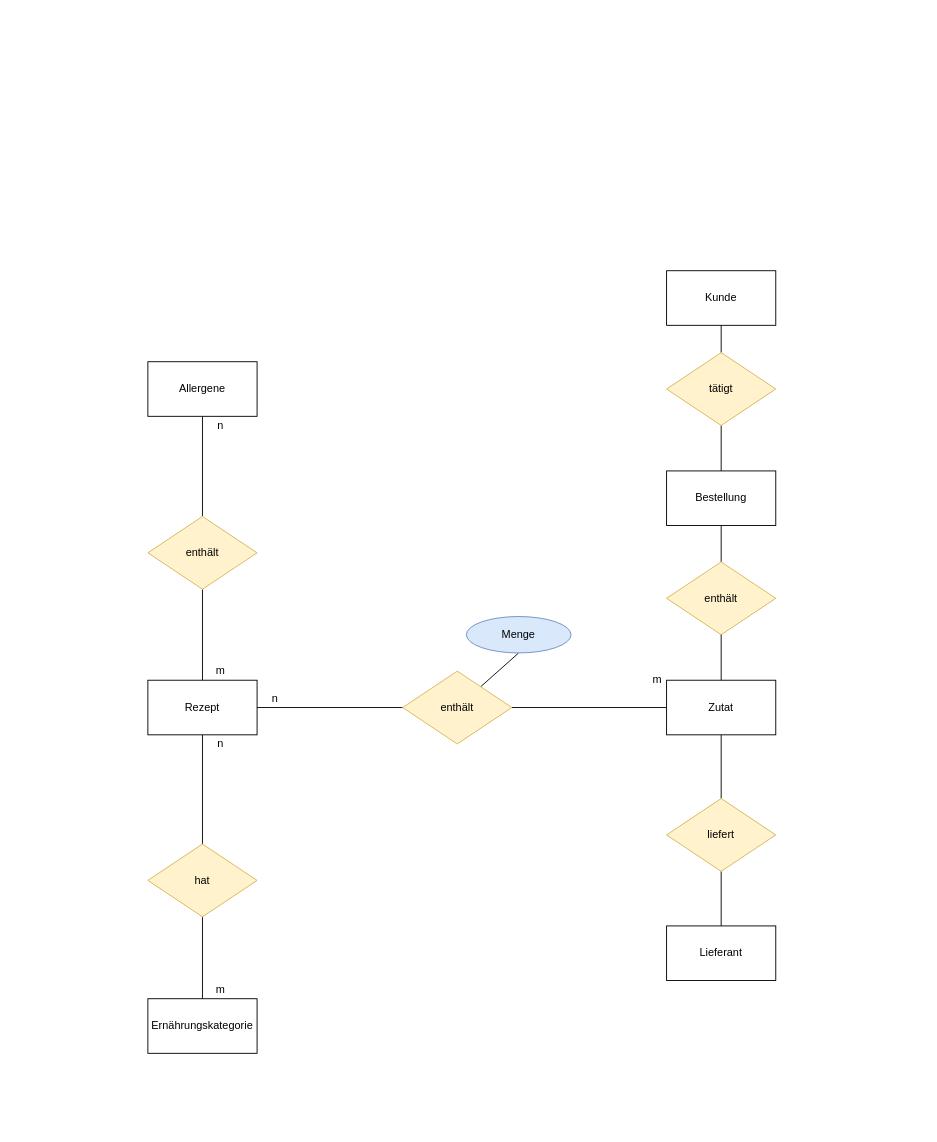
The draw.io diagram ERD.drawio in ToddxD/Kraut-und-Rueben, before the edit. Source tidied: cells renumbered, new cells numbered last; positions are measured from the earlier drawing's top-left corner, leaving out a move shared by most shapes. Both pictures are drawn from the tidied source at 91%, with x=0, y=0 at pixel (147, 270).
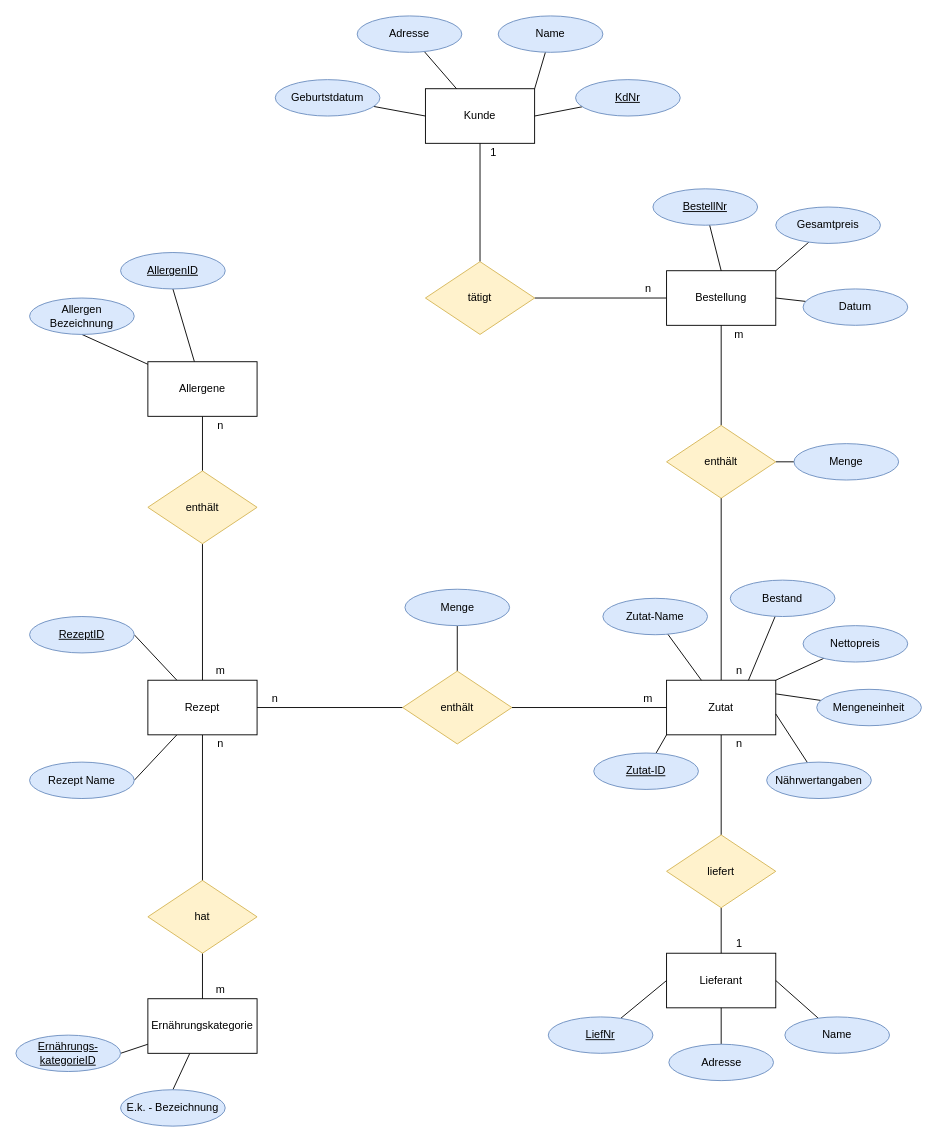
Above is the later version.

Commit message:
aktueller ERD Stand

Unchanged cells that the change refers to:
```xml
<mxCell id="4" value="Rezept" style="rounded=0;whiteSpace=wrap;html=1;" parent="1" vertex="1">
  <mxGeometry y="450" width="120" height="60" as="geometry" />
</mxCell>
<mxCell id="8" value="Ernährungskategorie" style="rounded=0;whiteSpace=wrap;html=1;" parent="1" vertex="1">
  <mxGeometry y="800" width="120" height="60" as="geometry" />
</mxCell>
<mxCell id="10" value="&lt;div&gt;Allergene&lt;/div&gt;" style="rounded=0;whiteSpace=wrap;html=1;" parent="1" vertex="1">
  <mxGeometry y="100" width="120" height="60" as="geometry" />
</mxCell>
<mxCell id="29" value="&lt;div&gt;Zutat&lt;/div&gt;" style="rounded=0;whiteSpace=wrap;html=1;" parent="1" vertex="1">
  <mxGeometry x="570" y="450" width="120" height="60" as="geometry" />
</mxCell>
```

What changed in the source:
```diff
@@
+    <mxCell id="35" style="edgeStyle=none;rounded=0;jettySize=auto;html=1;entryX=1;entryY=0.5;entryDx=0;entryDy=0;endArrow=none;endFill=0;" parent="1" edge="1" source="4" target="86">
+      <mxGeometry relative="1" as="geometry" />
+    </mxCell>
+    <mxCell id="36" style="edgeStyle=none;rounded=0;jettySize=auto;html=1;entryX=1;entryY=0.5;entryDx=0;entryDy=0;endArrow=none;endFill=0;" parent="1" edge="1" source="4" target="87">
+      <mxGeometry relative="1" as="geometry" />
+    </mxCell>
@@
     <mxCell id="5" value="Lieferant" style="rounded=0;whiteSpace=wrap;html=1;" parent="1" vertex="1">
-      <mxGeometry x="570" y="720" width="120" height="60" as="geometry" />
+      <mxGeometry x="570" y="750" width="120" height="60" as="geometry" />
     </mxCell>
     <mxCell id="6" value="Kunde" style="rounded=0;whiteSpace=wrap;html=1;" parent="1" vertex="1">
-      <mxGeometry x="570" width="120" height="60" as="geometry" />
+      <mxGeometry x="305" y="-200" width="120" height="60" as="geometry" />
     </mxCell>
+    <mxCell id="37" style="edgeStyle=none;rounded=0;jettySize=auto;html=1;entryX=1;entryY=0.5;entryDx=0;entryDy=0;endArrow=none;endFill=0;" parent="1" edge="1" source="7" target="32">
+      <mxGeometry relative="1" as="geometry" />
+    </mxCell>
     <mxCell id="7" value="Bestellung" style="rounded=0;whiteSpace=wrap;html=1;" parent="1" vertex="1">
-      <mxGeometry x="570" y="220" width="120" height="60" as="geometry" />
+      <mxGeometry x="570" width="120" height="60" as="geometry" />
     </mxCell>
+    <mxCell id="38" style="edgeStyle=none;rounded=0;jettySize=auto;html=1;entryX=1;entryY=0.5;entryDx=0;entryDy=0;endArrow=none;endFill=0;" parent="1" edge="1" source="8" target="84">
+      <mxGeometry relative="1" as="geometry" />
+    </mxCell>
+    <mxCell id="39" style="edgeStyle=none;rounded=0;jettySize=auto;html=1;entryX=0.5;entryY=0;entryDx=0;entryDy=0;endArrow=none;endFill=0;" parent="1" edge="1" source="8" target="85">
+      <mxGeometry relative="1" as="geometry" />
+    </mxCell>
@@
+    <mxCell id="40" style="edgeStyle=none;rounded=0;jettySize=auto;html=1;entryX=0.5;entryY=1;entryDx=0;entryDy=0;endArrow=none;endFill=0;" parent="1" edge="1" source="10" target="83">
+      <mxGeometry relative="1" as="geometry" />
+    </mxCell>
+    <mxCell id="41" style="edgeStyle=none;rounded=0;jettySize=auto;html=1;entryX=0.5;entryY=1;entryDx=0;entryDy=0;endArrow=none;endFill=0;" parent="1" edge="1" source="10" target="82">
+      <mxGeometry relative="1" as="geometry" />
+    </mxCell>
@@
     <mxCell id="15" value="enthält" style="rhombus;whiteSpace=wrap;html=1;fillColor=#fff2cc;strokeColor=#d6b656;" parent="1" vertex="1">
-      <mxGeometry y="270" width="120" height="80" as="geometry" />
+      <mxGeometry y="220" width="120" height="80" as="geometry" />
     </mxCell>
@@
     <mxCell id="17" value="hat" style="rhombus;whiteSpace=wrap;html=1;fillColor=#fff2cc;strokeColor=#d6b656;" parent="1" vertex="1">
-      <mxGeometry y="630" width="120" height="80" as="geometry" />
+      <mxGeometry y="670" width="120" height="80" as="geometry" />
     </mxCell>
@@
     <mxCell id="22" value="Menge" style="ellipse;whiteSpace=wrap;html=1;fillColor=#dae8fc;strokeColor=#6c8ebf;" parent="1" vertex="1">
-      <mxGeometry x="350" y="380" width="115" height="40" as="geometry" />
+      <mxGeometry x="282.5" y="350" width="115" height="40" as="geometry" />
     </mxCell>
@@
     <mxCell id="25" value="&lt;div&gt;liefert&lt;/div&gt;" style="rhombus;whiteSpace=wrap;html=1;fillColor=#fff2cc;strokeColor=#d6b656;" parent="1" vertex="1">
-      <mxGeometry x="570" y="580" width="120" height="80" as="geometry" />
+      <mxGeometry x="570" y="620" width="120" height="80" as="geometry" />
     </mxCell>
@@
+    <mxCell id="42" style="edgeStyle=none;rounded=0;jettySize=auto;html=1;endArrow=none;endFill=0;" parent="1" edge="1" source="27" target="63">
+      <mxGeometry relative="1" as="geometry" />
+    </mxCell>
     <mxCell id="27" value="enthält" style="rhombus;whiteSpace=wrap;html=1;fillColor=#fff2cc;strokeColor=#d6b656;" parent="1" vertex="1">
-      <mxGeometry x="570" y="320" width="120" height="80" as="geometry" />
+      <mxGeometry x="570" y="170" width="120" height="80" as="geometry" />
     </mxCell>
@@
-    <mxCell id="30" style="edgeStyle=none;rounded=0;jettySize=auto;html=1;entryX=0.5;entryY=0;entryDx=0;entryDy=0;endArrow=none;endFill=0;" parent="1" edge="1" source="32" target="7">
-      <mxGeometry relative="1" as="geometry" />
-    </mxCell>
@@
     <mxCell id="32" value="tätigt" style="rhombus;whiteSpace=wrap;html=1;fillColor=#fff2cc;strokeColor=#d6b656;" parent="1" vertex="1">
-      <mxGeometry x="570" y="90" width="120" height="80" as="geometry" />
+      <mxGeometry x="305" y="-10" width="120" height="80" as="geometry" />
     </mxCell>
@@
     <mxCell id="34" value="m" style="text;html=1;strokeColor=none;fillColor=none;align=center;verticalAlign=middle;whiteSpace=wrap;rounded=0;" parent="1" vertex="1">
-      <mxGeometry x="540" y="440" width="40" height="20" as="geometry" />
+      <mxGeometry x="530" y="460" width="40" height="20" as="geometry" />
     </mxCell>
+    <mxCell id="43" style="edgeStyle=none;rounded=0;jettySize=auto;html=1;entryX=0;entryY=0.5;entryDx=0;entryDy=0;endArrow=none;endFill=0;" parent="1" edge="1" source="44" target="5">
+      <mxGeometry relative="1" as="geometry" />
+    </mxCell>
+    <mxCell id="44" value="&lt;u&gt;LiefNr&lt;/u&gt;" style="ellipse;whiteSpace=wrap;html=1;fillColor=#dae8fc;strokeColor=#6c8ebf;" parent="1" vertex="1">
+      <mxGeometry x="440" y="820" width="115" height="40" as="geometry" />
+    </mxCell>
+    <mxCell id="45" style="edgeStyle=none;rounded=0;jettySize=auto;html=1;endArrow=none;endFill=0;" parent="1" edge="1" source="46" target="5">
+      <mxGeometry relative="1" as="geometry" />
+    </mxCell>
+    <mxCell id="46" value="Adresse" style="ellipse;whiteSpace=wrap;html=1;fillColor=#dae8fc;strokeColor=#6c8ebf;" parent="1" vertex="1">
+      <mxGeometry x="572.5" y="850" width="115" height="40" as="geometry" />
+    </mxCell>
+    <mxCell id="47" style="edgeStyle=none;rounded=0;jettySize=auto;html=1;entryX=1;entryY=0.5;entryDx=0;entryDy=0;endArrow=none;endFill=0;" parent="1" edge="1" source="48" target="5">
+      <mxGeometry relative="1" as="geometry" />
+    </mxCell>
+    <mxCell id="48" value="Name" style="ellipse;whiteSpace=wrap;html=1;fillColor=#dae8fc;strokeColor=#6c8ebf;" parent="1" vertex="1">
+      <mxGeometry x="700" y="820" width="115" height="40" as="geometry" />
+    </mxCell>
+    <mxCell id="49" value="n" style="text;html=1;strokeColor=none;fillColor=none;align=center;verticalAlign=middle;whiteSpace=wrap;rounded=0;" parent="1" vertex="1">
+      <mxGeometry x="630" y="510" width="40" height="20" as="geometry" />
+    </mxCell>
+    <mxCell id="50" value="1" style="text;html=1;strokeColor=none;fillColor=none;align=center;verticalAlign=middle;whiteSpace=wrap;rounded=0;" parent="1" vertex="1">
+      <mxGeometry x="630" y="730" width="40" height="20" as="geometry" />
+    </mxCell>
+    <mxCell id="51" style="edgeStyle=none;rounded=0;jettySize=auto;html=1;entryX=1;entryY=0.25;entryDx=0;entryDy=0;endArrow=none;endFill=0;" parent="1" edge="1" source="52" target="29">
+      <mxGeometry relative="1" as="geometry" />
+    </mxCell>
+    <mxCell id="52" value="Mengeneinheit" style="ellipse;whiteSpace=wrap;html=1;fillColor=#dae8fc;strokeColor=#6c8ebf;" parent="1" vertex="1">
+      <mxGeometry x="735" y="460" width="115" height="40" as="geometry" />
+    </mxCell>
+    <mxCell id="53" style="edgeStyle=none;rounded=0;jettySize=auto;html=1;entryX=1;entryY=0;entryDx=0;entryDy=0;endArrow=none;endFill=0;" parent="1" edge="1" source="54" target="29">
+      <mxGeometry relative="1" as="geometry" />
+    </mxCell>
+    <mxCell id="54" value="Nettopreis" style="ellipse;whiteSpace=wrap;html=1;fillColor=#dae8fc;strokeColor=#6c8ebf;" parent="1" vertex="1">
+      <mxGeometry x="720" y="390" width="115" height="40" as="geometry" />
+    </mxCell>
+    <mxCell id="55" style="edgeStyle=none;rounded=0;jettySize=auto;html=1;entryX=0.75;entryY=0;entryDx=0;entryDy=0;endArrow=none;endFill=0;" parent="1" edge="1" source="56" target="29">
+      <mxGeometry relative="1" as="geometry" />
+    </mxCell>
+    <mxCell id="56" value="Bestand" style="ellipse;whiteSpace=wrap;html=1;fillColor=#dae8fc;strokeColor=#6c8ebf;" parent="1" vertex="1">
+      <mxGeometry x="640" y="340" width="115" height="40" as="geometry" />
+    </mxCell>
+    <mxCell id="57" style="edgeStyle=none;rounded=0;jettySize=auto;html=1;entryX=0;entryY=1;entryDx=0;entryDy=0;endArrow=none;endFill=0;" parent="1" edge="1" source="58" target="29">
+      <mxGeometry relative="1" as="geometry" />
+    </mxCell>
+    <mxCell id="58" value="&lt;u&gt;Zutat-ID&lt;/u&gt;" style="ellipse;whiteSpace=wrap;html=1;fillColor=#dae8fc;strokeColor=#6c8ebf;" parent="1" vertex="1">
+      <mxGeometry x="490" y="530" width="115" height="40" as="geometry" />
+    </mxCell>
+    <mxCell id="59" style="edgeStyle=none;rounded=0;jettySize=auto;html=1;endArrow=none;endFill=0;" parent="1" edge="1" source="60" target="29">
+      <mxGeometry relative="1" as="geometry" />
+    </mxCell>
+    <mxCell id="60" value="Zutat-Name" style="ellipse;whiteSpace=wrap;html=1;fillColor=#dae8fc;strokeColor=#6c8ebf;" parent="1" vertex="1">
+      <mxGeometry x="500" y="360" width="115" height="40" as="geometry" />
+    </mxCell>
+    <mxCell id="61" value="m" style="text;html=1;strokeColor=none;fillColor=none;align=center;verticalAlign=middle;whiteSpace=wrap;rounded=0;" parent="1" vertex="1">
+      <mxGeometry x="630" y="60" width="40" height="20" as="geometry" />
+    </mxCell>
+    <mxCell id="62" value="n" style="text;html=1;strokeColor=none;fillColor=none;align=center;verticalAlign=middle;whiteSpace=wrap;rounded=0;" parent="1" vertex="1">
+      <mxGeometry x="630" y="430" width="40" height="20" as="geometry" />
+    </mxCell>
+    <mxCell id="63" value="Menge" style="ellipse;whiteSpace=wrap;html=1;fillColor=#dae8fc;strokeColor=#6c8ebf;" parent="1" vertex="1">
+      <mxGeometry x="710" y="190" width="115" height="40" as="geometry" />
+    </mxCell>
+    <mxCell id="64" style="edgeStyle=none;rounded=0;jettySize=auto;html=1;entryX=1;entryY=0;entryDx=0;entryDy=0;endArrow=none;endFill=0;" parent="1" edge="1" source="65" target="7">
+      <mxGeometry relative="1" as="geometry" />
+    </mxCell>
+    <mxCell id="65" value="Gesamtpreis" style="ellipse;whiteSpace=wrap;html=1;fillColor=#dae8fc;strokeColor=#6c8ebf;" parent="1" vertex="1">
+      <mxGeometry x="690" y="-70" width="115" height="40" as="geometry" />
+    </mxCell>
+    <mxCell id="66" style="edgeStyle=none;rounded=0;jettySize=auto;html=1;entryX=1;entryY=0.5;entryDx=0;entryDy=0;endArrow=none;endFill=0;" parent="1" edge="1" source="67" target="7">
+      <mxGeometry relative="1" as="geometry" />
+    </mxCell>
+    <mxCell id="67" value="Datum" style="ellipse;whiteSpace=wrap;html=1;fillColor=#dae8fc;strokeColor=#6c8ebf;" parent="1" vertex="1">
+      <mxGeometry x="720" y="20" width="115" height="40" as="geometry" />
+    </mxCell>
+    <mxCell id="68" style="edgeStyle=none;rounded=0;jettySize=auto;html=1;entryX=0.5;entryY=0;entryDx=0;entryDy=0;endArrow=none;endFill=0;" parent="1" edge="1" source="69" target="7">
+      <mxGeometry relative="1" as="geometry" />
+    </mxCell>
+    <mxCell id="69" value="&lt;u&gt;BestellNr&lt;/u&gt;" style="ellipse;whiteSpace=wrap;html=1;fillColor=#dae8fc;strokeColor=#6c8ebf;" parent="1" vertex="1">
+      <mxGeometry x="555" y="-90" width="115" height="40" as="geometry" />
+    </mxCell>
+    <mxCell id="70" value="n" style="text;html=1;strokeColor=none;fillColor=none;align=center;verticalAlign=middle;whiteSpace=wrap;rounded=0;" parent="1" vertex="1">
+      <mxGeometry x="530" y="10" width="40" height="20" as="geometry" />
+    </mxCell>
+    <mxCell id="71" value="1" style="text;html=1;strokeColor=none;fillColor=none;align=center;verticalAlign=middle;whiteSpace=wrap;rounded=0;" parent="1" vertex="1">
+      <mxGeometry x="360" y="-140" width="40" height="20" as="geometry" />
+    </mxCell>
+    <mxCell id="72" style="edgeStyle=none;rounded=0;jettySize=auto;html=1;entryX=1;entryY=0.5;entryDx=0;entryDy=0;endArrow=none;endFill=0;" parent="1" edge="1" source="73" target="6">
+      <mxGeometry relative="1" as="geometry" />
+    </mxCell>
+    <mxCell id="73" value="&lt;u&gt;KdNr&lt;/u&gt;" style="ellipse;whiteSpace=wrap;html=1;fillColor=#dae8fc;strokeColor=#6c8ebf;" parent="1" vertex="1">
+      <mxGeometry x="470" y="-210" width="115" height="40" as="geometry" />
+    </mxCell>
+    <mxCell id="74" style="edgeStyle=none;rounded=0;jettySize=auto;html=1;entryX=1;entryY=0;entryDx=0;entryDy=0;endArrow=none;endFill=0;" parent="1" edge="1" source="75" target="6">
+      <mxGeometry relative="1" as="geometry" />
+    </mxCell>
+    <mxCell id="75" value="Name" style="ellipse;whiteSpace=wrap;html=1;fillColor=#dae8fc;strokeColor=#6c8ebf;" parent="1" vertex="1">
+      <mxGeometry x="385" y="-280" width="115" height="40" as="geometry" />
+    </mxCell>
+    <mxCell id="76" style="edgeStyle=none;rounded=0;jettySize=auto;html=1;endArrow=none;endFill=0;" parent="1" edge="1" source="77" target="6">
+      <mxGeometry relative="1" as="geometry" />
+    </mxCell>
+    <mxCell id="77" value="&lt;div&gt;Adresse&lt;/div&gt;" style="ellipse;whiteSpace=wrap;html=1;fillColor=#dae8fc;strokeColor=#6c8ebf;" parent="1" vertex="1">
+      <mxGeometry x="230" y="-280" width="115" height="40" as="geometry" />
+    </mxCell>
+    <mxCell id="78" style="edgeStyle=none;rounded=0;jettySize=auto;html=1;entryX=0;entryY=0.5;entryDx=0;entryDy=0;endArrow=none;endFill=0;" parent="1" edge="1" source="79" target="6">
+      <mxGeometry relative="1" as="geometry" />
+    </mxCell>
+    <mxCell id="79" value="Geburtstdatum" style="ellipse;whiteSpace=wrap;html=1;fillColor=#dae8fc;strokeColor=#6c8ebf;" parent="1" vertex="1">
+      <mxGeometry x="140" y="-210" width="115" height="40" as="geometry" />
+    </mxCell>
+    <mxCell id="80" style="edgeStyle=none;rounded=0;jettySize=auto;html=1;entryX=1;entryY=0.617;entryDx=0;entryDy=0;entryPerimeter=0;endArrow=none;endFill=0;" parent="1" edge="1" source="81" target="29">
+      <mxGeometry relative="1" as="geometry" />
+    </mxCell>
+    <mxCell id="81" value="Nährwertangaben" style="ellipse;whiteSpace=wrap;html=1;fillColor=#dae8fc;strokeColor=#6c8ebf;" parent="1" vertex="1">
+      <mxGeometry x="680" y="540" width="115" height="40" as="geometry" />
+    </mxCell>
+    <mxCell id="82" value="Allergen Bezeichnung" style="ellipse;whiteSpace=wrap;html=1;fillColor=#dae8fc;strokeColor=#6c8ebf;" parent="1" vertex="1">
+      <mxGeometry x="-130" y="30" width="115" height="40" as="geometry" />
+    </mxCell>
+    <mxCell id="83" value="&lt;u&gt;AllergenID&lt;/u&gt;" style="ellipse;whiteSpace=wrap;html=1;fillColor=#dae8fc;strokeColor=#6c8ebf;" parent="1" vertex="1">
+      <mxGeometry x="-30" y="-20" width="115" height="40" as="geometry" />
+    </mxCell>
+    <mxCell id="84" value="&lt;u&gt;Ernährungs-kategorieID&lt;/u&gt;" style="ellipse;whiteSpace=wrap;html=1;fillColor=#dae8fc;strokeColor=#6c8ebf;" parent="1" vertex="1">
+      <mxGeometry x="-145" y="840" width="115" height="40" as="geometry" />
+    </mxCell>
+    <mxCell id="85" value="E.k. - Bezeichnung" style="ellipse;whiteSpace=wrap;html=1;fillColor=#dae8fc;strokeColor=#6c8ebf;" parent="1" vertex="1">
+      <mxGeometry x="-30" y="900" width="115" height="40" as="geometry" />
+    </mxCell>
+    <mxCell id="86" value="&lt;u&gt;RezeptID&lt;/u&gt;" style="ellipse;whiteSpace=wrap;html=1;fillColor=#dae8fc;strokeColor=#6c8ebf;" parent="1" vertex="1">
+      <mxGeometry x="-130" y="380" width="115" height="40" as="geometry" />
+    </mxCell>
+    <mxCell id="87" value="Rezept Name" style="ellipse;whiteSpace=wrap;html=1;fillColor=#dae8fc;strokeColor=#6c8ebf;" parent="1" vertex="1">
+      <mxGeometry x="-130" y="540" width="115" height="40" as="geometry" />
+    </mxCell>
```
